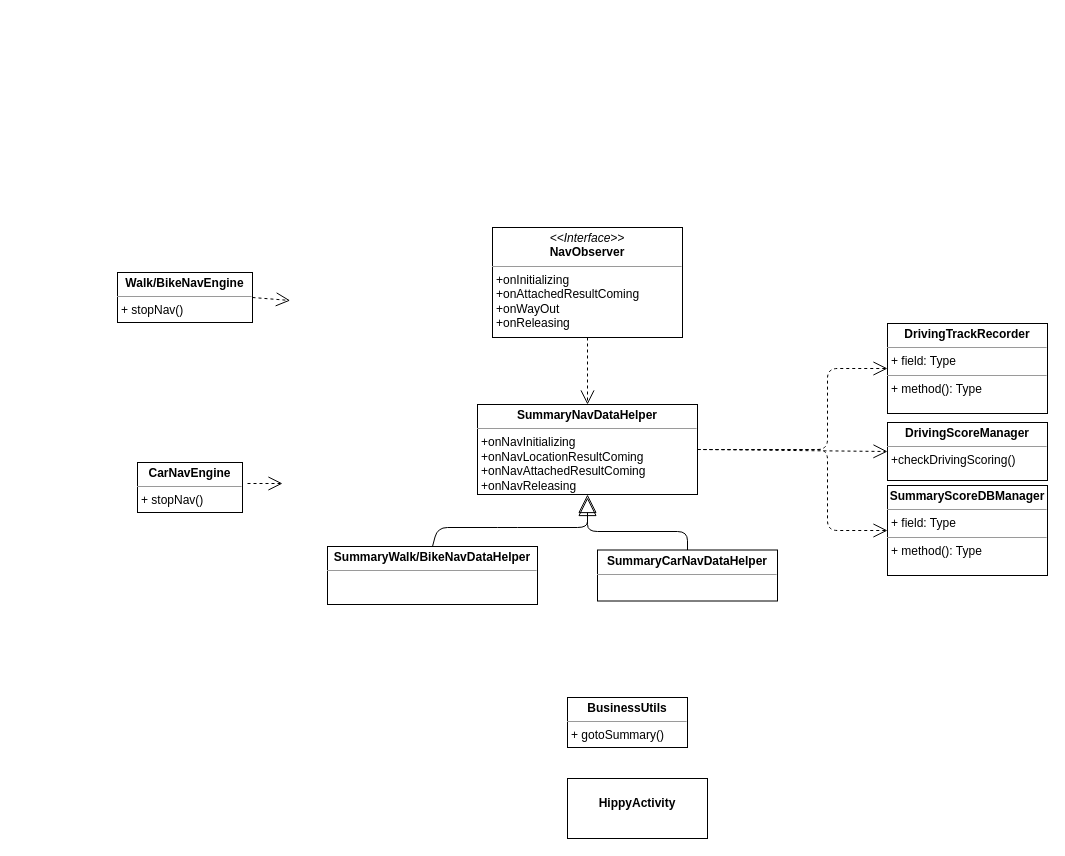
Earlier version of the draw.io diagram navisummary.drawio (sx1923/TheMaster). Source tidied: cells renumbered, new cells numbered last; positions are measured from the earlier drawing's top-left corner, leaving out a move shared by most shapes. Both pictures are drawn from the tidied source at 100%, with x=0, y=0 at pixel (117, 227).
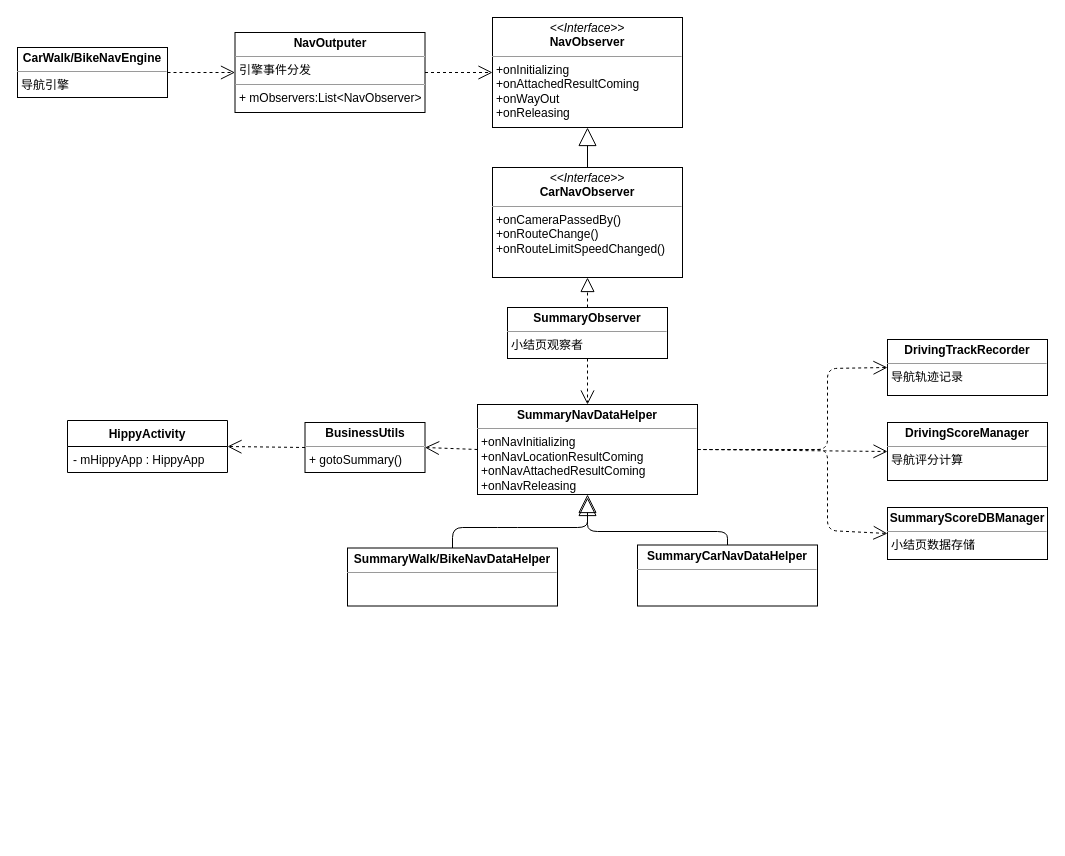
Above is the later version.

The change refers to these unchanged cells:
```xml
<mxCell id="8" value="&lt;p style=&quot;margin: 0px ; margin-top: 4px ; text-align: center&quot;&gt;&lt;b&gt;SummaryNavDataHelper&lt;/b&gt;&lt;br&gt;&lt;/p&gt;&lt;hr size=&quot;1&quot;&gt;&lt;p style=&quot;margin: 0px ; margin-left: 4px&quot;&gt;+onNavInitializing&lt;/p&gt;&lt;p style=&quot;margin: 0px ; margin-left: 4px&quot;&gt;+onNavLocationResultComing&lt;/p&gt;&lt;p style=&quot;margin: 0px ; margin-left: 4px&quot;&gt;+onNavAttachedResultComing&lt;/p&gt;&lt;p style=&quot;margin: 0px ; margin-left: 4px&quot;&gt;+onNavReleasing&lt;/p&gt;" style="verticalAlign=top;align=left;overflow=fill;fontSize=12;fontFamily=Helvetica;html=1;" parent="1" vertex="1">
  <mxGeometry x="360" y="177" width="220" height="90" as="geometry" />
</mxCell>
```

The edit, as a diff of the source:
```diff
@@
-    <mxCell id="2" value="&lt;p style=&quot;margin: 0px ; margin-top: 4px ; text-align: center&quot;&gt;&lt;b&gt;CarNavEngine&lt;/b&gt;&lt;br&gt;&lt;/p&gt;&lt;hr size=&quot;1&quot;&gt;&lt;p style=&quot;margin: 0px ; margin-left: 4px&quot;&gt;+ stopNav()&lt;/p&gt;" style="verticalAlign=top;align=left;overflow=fill;fontSize=12;fontFamily=Helvetica;html=1;" parent="1" vertex="1">
-      <mxGeometry x="20" y="235" width="105" height="50" as="geometry" />
-    </mxCell>
     <mxCell id="3" value="&lt;p style=&quot;margin: 0px ; margin-top: 4px ; text-align: center&quot;&gt;&lt;b&gt;SummaryCarNavDataHelper&lt;/b&gt;&lt;br&gt;&lt;/p&gt;&lt;hr size=&quot;1&quot;&gt;&lt;p style=&quot;margin: 0px ; margin-left: 4px&quot;&gt;&lt;/p&gt;&lt;p style=&quot;margin: 0px ; margin-left: 4px&quot;&gt;&lt;br&gt;&lt;/p&gt;" style="verticalAlign=top;align=left;overflow=fill;fontSize=12;fontFamily=Helvetica;html=1;" parent="1" vertex="1">
-      <mxGeometry x="480" y="322.5" width="180" height="51" as="geometry" />
+      <mxGeometry x="520" y="317.5" width="180" height="61" as="geometry" />
     </mxCell>
     <mxCell id="4" value="&lt;p style=&quot;margin: 0px ; margin-top: 4px ; text-align: center&quot;&gt;&lt;b&gt;BusinessUtils&lt;/b&gt;&lt;/p&gt;&lt;hr size=&quot;1&quot;&gt;&lt;p style=&quot;margin: 0px ; margin-left: 4px&quot;&gt;+ gotoSummary()&lt;/p&gt;" style="verticalAlign=top;align=left;overflow=fill;fontSize=12;fontFamily=Helvetica;html=1;" parent="1" vertex="1">
-      <mxGeometry x="450" y="470" width="120" height="50" as="geometry" />
+      <mxGeometry x="187.5" y="195" width="120" height="50" as="geometry" />
     </mxCell>
-    <mxCell id="5" style="endArrow=open;endSize=12;dashed=1;html=1;entryX=0;entryY=0.5;entryDx=0;entryDy=0;" parent="1" edge="1">
-      <mxGeometry relative="1" as="geometry">
-        <mxPoint x="130" y="256" as="sourcePoint" />
-        <mxPoint x="165" y="256" as="targetPoint" />
-      </mxGeometry>
-    </mxCell>
-    <mxCell id="6" value="&lt;p style=&quot;margin: 0px ; margin-top: 4px ; text-align: center&quot;&gt;&lt;b&gt;DrivingScoreManager&lt;/b&gt;&lt;/p&gt;&lt;hr size=&quot;1&quot;&gt;&lt;p style=&quot;margin: 0px ; margin-left: 4px&quot;&gt;+checkDrivingScoring()&lt;/p&gt;" style="verticalAlign=top;align=left;overflow=fill;fontSize=12;fontFamily=Helvetica;html=1;" parent="1" vertex="1">
+    <mxCell id="6" value="&lt;p style=&quot;margin: 0px ; margin-top: 4px ; text-align: center&quot;&gt;&lt;b&gt;DrivingScoreManager&lt;/b&gt;&lt;/p&gt;&lt;hr size=&quot;1&quot;&gt;&lt;p style=&quot;margin: 0px ; margin-left: 4px&quot;&gt;导航评分计算&lt;/p&gt;" style="verticalAlign=top;align=left;overflow=fill;fontSize=12;fontFamily=Helvetica;html=1;" parent="1" vertex="1">
       <mxGeometry x="770" y="195" width="160" height="58" as="geometry" />
     </mxCell>
-    <mxCell id="7" value="&lt;p style=&quot;margin: 0px ; margin-top: 4px ; text-align: center&quot;&gt;&lt;b&gt;DrivingTrackRecorder&lt;/b&gt;&lt;br&gt;&lt;/p&gt;&lt;hr size=&quot;1&quot;&gt;&lt;p style=&quot;margin: 0px ; margin-left: 4px&quot;&gt;+ field: Type&lt;/p&gt;&lt;hr size=&quot;1&quot;&gt;&lt;p style=&quot;margin: 0px ; margin-left: 4px&quot;&gt;+ method(): Type&lt;/p&gt;" style="verticalAlign=top;align=left;overflow=fill;fontSize=12;fontFamily=Helvetica;html=1;" parent="1" vertex="1">
-      <mxGeometry x="770" y="96" width="160" height="90" as="geometry" />
+    <mxCell id="7" value="&lt;p style=&quot;margin: 0px ; margin-top: 4px ; text-align: center&quot;&gt;&lt;b&gt;DrivingTrackRecorder&lt;/b&gt;&lt;br&gt;&lt;/p&gt;&lt;hr size=&quot;1&quot;&gt;&lt;p style=&quot;margin: 0px ; margin-left: 4px&quot;&gt;导航轨迹记录&lt;/p&gt;" style="verticalAlign=top;align=left;overflow=fill;fontSize=12;fontFamily=Helvetica;html=1;" parent="1" vertex="1">
+      <mxGeometry x="770" y="112" width="160" height="56" as="geometry" />
     </mxCell>
@@
     <mxCell id="9" value="&lt;p style=&quot;margin: 0px ; margin-top: 4px ; text-align: center&quot;&gt;&lt;i&gt;&amp;lt;&amp;lt;Interface&amp;gt;&amp;gt;&lt;/i&gt;&lt;br&gt;&lt;b&gt;NavObserver&lt;/b&gt;&lt;/p&gt;&lt;hr size=&quot;1&quot;&gt;&lt;p style=&quot;margin: 0px ; margin-left: 4px&quot;&gt;+onInitializing&lt;/p&gt;&lt;p style=&quot;margin: 0px ; margin-left: 4px&quot;&gt;+onAttachedResultComing&lt;/p&gt;&lt;p style=&quot;margin: 0px ; margin-left: 4px&quot;&gt;+onWayOut&lt;/p&gt;&lt;p style=&quot;margin: 0px ; margin-left: 4px&quot;&gt;+onReleasing&lt;/p&gt;" style="verticalAlign=top;align=left;overflow=fill;fontSize=12;fontFamily=Helvetica;html=1;" parent="1" vertex="1">
-      <mxGeometry x="375" width="190" height="110" as="geometry" />
+      <mxGeometry x="375" y="-210" width="190" height="110" as="geometry" />
     </mxCell>
-    <mxCell id="10" value="&lt;p style=&quot;margin: 0px ; margin-top: 4px ; text-align: center&quot;&gt;&lt;b&gt;Walk/BikeNavEngine&lt;/b&gt;&lt;br&gt;&lt;/p&gt;&lt;hr size=&quot;1&quot;&gt;&lt;p style=&quot;margin: 0px ; margin-left: 4px&quot;&gt;+ stopNav()&lt;/p&gt;" style="verticalAlign=top;align=left;overflow=fill;fontSize=12;fontFamily=Helvetica;html=1;" parent="1" vertex="1">
-      <mxGeometry y="45" width="135" height="50" as="geometry" />
+    <mxCell id="10" value="&lt;p style=&quot;margin: 0px ; margin-top: 4px ; text-align: center&quot;&gt;&lt;b&gt;CarWalk/BikeNavEngine&lt;/b&gt;&lt;br&gt;&lt;/p&gt;&lt;hr size=&quot;1&quot;&gt;&lt;p style=&quot;margin: 0px ; margin-left: 4px&quot;&gt;导航引擎&lt;/p&gt;" style="verticalAlign=top;align=left;overflow=fill;fontSize=12;fontFamily=Helvetica;html=1;" parent="1" vertex="1">
+      <mxGeometry x="-100" y="-180" width="150" height="50" as="geometry" />
     </mxCell>
-    <mxCell id="11" style="endArrow=open;endSize=12;dashed=1;html=1;entryX=0.013;entryY=1.038;entryDx=0;entryDy=0;entryPerimeter=0;exitX=1;exitY=0.5;exitDx=0;exitDy=0;" parent="1" edge="1" source="10">
-      <mxGeometry relative="1" as="geometry">
-        <mxPoint x="172.7" y="73" as="targetPoint" />
-      </mxGeometry>
+    <mxCell id="11" style="endArrow=open;endSize=12;dashed=1;html=1;exitX=1;exitY=0.5;exitDx=0;exitDy=0;entryX=0;entryY=0.5;entryDx=0;entryDy=0;" parent="1" edge="1" source="10" target="21">
+      <mxGeometry relative="1" as="geometry" />
     </mxCell>
     <mxCell id="12" value="&lt;p style=&quot;margin: 0px ; margin-top: 4px ; text-align: center&quot;&gt;&lt;b&gt;SummaryWalk/BikeNavDataHelper&lt;/b&gt;&lt;br&gt;&lt;/p&gt;&lt;hr size=&quot;1&quot;&gt;&lt;p style=&quot;margin: 0px ; margin-left: 4px&quot;&gt;&lt;/p&gt;&lt;p style=&quot;margin: 0px ; margin-left: 4px&quot;&gt;&lt;br&gt;&lt;/p&gt;" style="verticalAlign=top;align=left;overflow=fill;fontSize=12;fontFamily=Helvetica;html=1;" parent="1" vertex="1">
-      <mxGeometry x="210" y="319" width="210" height="58" as="geometry" />
+      <mxGeometry x="230" y="320.5" width="210" height="58" as="geometry" />
     </mxCell>
     <mxCell id="13" style="endArrow=block;endSize=16;endFill=0;html=1;exitX=0.5;exitY=0;exitDx=0;exitDy=0;" parent="1" edge="1" source="12">
       <mxGeometry relative="1" as="geometry">
         <mxPoint x="470" y="270" as="targetPoint" />
         <Array as="points">
-          <mxPoint x="320" y="300" />
+          <mxPoint x="335" y="300" />
           <mxPoint x="390" y="300" />
           <mxPoint x="470" y="300" />
         </Array>
       </mxGeometry>
     </mxCell>
     <mxCell id="14" style="endArrow=block;endSize=16;endFill=0;html=1;entryX=0.5;entryY=1;entryDx=0;entryDy=0;exitX=0.5;exitY=0;exitDx=0;exitDy=0;" parent="1" edge="1" source="3" target="8">
       <mxGeometry relative="1" as="geometry">
         <Array as="points">
-          <mxPoint x="570" y="304" />
+          <mxPoint x="610" y="304" />
           <mxPoint x="470" y="304" />
           <mxPoint x="470" y="290" />
         </Array>
       </mxGeometry>
     </mxCell>
-    <mxCell id="15" value="&lt;p style=&quot;margin: 0px ; margin-top: 4px ; text-align: center&quot;&gt;&lt;b&gt;SummaryScoreDBManager&lt;/b&gt;&lt;br&gt;&lt;/p&gt;&lt;hr size=&quot;1&quot;&gt;&lt;p style=&quot;margin: 0px ; margin-left: 4px&quot;&gt;+ field: Type&lt;/p&gt;&lt;hr size=&quot;1&quot;&gt;&lt;p style=&quot;margin: 0px ; margin-left: 4px&quot;&gt;+ method(): Type&lt;/p&gt;" style="verticalAlign=top;align=left;overflow=fill;fontSize=12;fontFamily=Helvetica;html=1;" parent="1" vertex="1">
-      <mxGeometry x="770" y="258" width="160" height="90" as="geometry" />
+    <mxCell id="15" value="&lt;p style=&quot;margin: 0px ; margin-top: 4px ; text-align: center&quot;&gt;&lt;b&gt;SummaryScoreDBManager&lt;/b&gt;&lt;br&gt;&lt;/p&gt;&lt;hr size=&quot;1&quot;&gt;&lt;p style=&quot;margin: 0px ; margin-left: 4px&quot;&gt;小结页数据存储&lt;/p&gt;" style="verticalAlign=top;align=left;overflow=fill;fontSize=12;fontFamily=Helvetica;html=1;" parent="1" vertex="1">
+      <mxGeometry x="770" y="280" width="160" height="52" as="geometry" />
     </mxCell>
-    <mxCell id="16" value="&lt;p style=&quot;margin: 0px ; margin-top: 4px ; text-align: center&quot;&gt;&lt;br&gt;&lt;b&gt;HippyActivity&lt;/b&gt;&lt;/p&gt;" style="verticalAlign=top;align=left;overflow=fill;fontSize=12;fontFamily=Helvetica;html=1;" parent="1" vertex="1">
-      <mxGeometry x="450" y="551" width="140" height="60" as="geometry" />
-    </mxCell>
@@
-    <mxCell id="20" style="endArrow=open;endSize=12;dashed=1;html=1;exitX=0.5;exitY=1;exitDx=0;exitDy=0;entryX=0.5;entryY=0;entryDx=0;entryDy=0;" parent="1" edge="1" source="9" target="8">
-      <mxGeometry relative="1" as="geometry" />
-    </mxCell>
+    <mxCell id="21" value="&lt;p style=&quot;margin: 0px ; margin-top: 4px ; text-align: center&quot;&gt;&lt;b&gt;NavOutputer&lt;/b&gt;&lt;/p&gt;&lt;hr size=&quot;1&quot;&gt;&lt;p style=&quot;margin: 0px ; margin-left: 4px&quot;&gt;引擎事件分发&lt;/p&gt;&lt;hr size=&quot;1&quot;&gt;&lt;p style=&quot;margin: 0px ; margin-left: 4px&quot;&gt;+ mObservers:List&amp;lt;NavObserver&amp;gt;&lt;br&gt;&lt;/p&gt;" style="verticalAlign=top;align=left;overflow=fill;fontSize=12;fontFamily=Helvetica;html=1;" parent="1" vertex="1">
+      <mxGeometry x="117.5" y="-195" width="190" height="80" as="geometry" />
+    </mxCell>
+    <mxCell id="22" style="endArrow=open;endSize=12;dashed=1;html=1;exitX=1;exitY=0.5;exitDx=0;exitDy=0;entryX=0;entryY=0.5;entryDx=0;entryDy=0;" parent="1" edge="1" source="21" target="9">
+      <mxGeometry relative="1" as="geometry" />
+    </mxCell>
+    <mxCell id="23" value="&lt;p style=&quot;margin: 0px ; margin-top: 4px ; text-align: center&quot;&gt;&lt;i&gt;&amp;lt;&amp;lt;Interface&amp;gt;&amp;gt;&lt;/i&gt;&lt;br&gt;&lt;b&gt;CarNavObserver&lt;/b&gt;&lt;/p&gt;&lt;hr size=&quot;1&quot;&gt;&lt;p style=&quot;margin: 0px ; margin-left: 4px&quot;&gt;+onCameraPassedBy()&lt;/p&gt;&lt;p style=&quot;margin: 0px ; margin-left: 4px&quot;&gt;+onRouteChange()&lt;/p&gt;&lt;p style=&quot;margin: 0px ; margin-left: 4px&quot;&gt;+onRouteLimitSpeedChanged()&lt;/p&gt;" style="verticalAlign=top;align=left;overflow=fill;fontSize=12;fontFamily=Helvetica;html=1;" parent="1" vertex="1">
+      <mxGeometry x="375" y="-60" width="190" height="110" as="geometry" />
+    </mxCell>
+    <mxCell id="24" style="endArrow=block;endSize=16;endFill=0;html=1;entryX=0.5;entryY=1;entryDx=0;entryDy=0;exitX=0.5;exitY=0;exitDx=0;exitDy=0;" parent="1" edge="1" source="23" target="9">
+      <mxGeometry relative="1" as="geometry" />
+    </mxCell>
+    <mxCell id="25" value="&lt;p style=&quot;margin: 0px ; margin-top: 4px ; text-align: center&quot;&gt;&lt;b&gt;SummaryObserver&lt;/b&gt;&lt;/p&gt;&lt;hr size=&quot;1&quot;&gt;&lt;p style=&quot;margin: 0px ; margin-left: 4px&quot;&gt;小结页观察者&lt;/p&gt;" style="verticalAlign=top;align=left;overflow=fill;fontSize=12;fontFamily=Helvetica;html=1;" parent="1" vertex="1">
+      <mxGeometry x="390" y="80" width="160" height="51" as="geometry" />
+    </mxCell>
+    <mxCell id="26" style="endArrow=block;dashed=1;endFill=0;endSize=12;html=1;entryX=0.5;entryY=1;entryDx=0;entryDy=0;exitX=0.5;exitY=0;exitDx=0;exitDy=0;" parent="1" edge="1" source="25" target="23">
+      <mxGeometry relative="1" as="geometry" />
+    </mxCell>
+    <mxCell id="27" style="endArrow=open;endSize=12;dashed=1;html=1;entryX=0.5;entryY=0;entryDx=0;entryDy=0;" parent="1" edge="1" source="25" target="8">
+      <mxGeometry relative="1" as="geometry" />
+    </mxCell>
+    <mxCell id="16" value="HippyActivity" style="swimlane;fontStyle=1;align=center;verticalAlign=top;horizontal=1;startSize=26;" parent="1" vertex="1">
+      <mxGeometry x="-50" y="193" width="160" height="52" as="geometry" />
+    </mxCell>
+    <mxCell id="28" value="- mHippyApp : HippyApp" style="text;strokeColor=none;fillColor=none;align=left;verticalAlign=top;spacingLeft=4;spacingRight=4;overflow=hidden;" parent="16" vertex="1">
+      <mxGeometry y="26" width="160" height="26" as="geometry" />
+    </mxCell>
+    <mxCell id="29" style="endArrow=open;endSize=12;dashed=1;html=1;entryX=1;entryY=0.5;entryDx=0;entryDy=0;exitX=0;exitY=0.5;exitDx=0;exitDy=0;" parent="1" edge="1" source="8" target="4">
+      <mxGeometry relative="1" as="geometry" />
+    </mxCell>
+    <mxCell id="30" style="endArrow=open;endSize=12;dashed=1;html=1;entryX=1;entryY=0.5;entryDx=0;entryDy=0;exitX=0;exitY=0.5;exitDx=0;exitDy=0;" parent="1" edge="1" source="4" target="16">
+      <mxGeometry relative="1" as="geometry" />
+    </mxCell>
```
